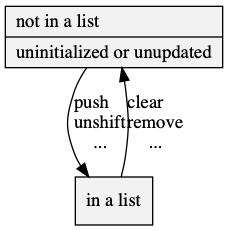
neil-edelman/boxes keeps this Graphviz diagram as web/node-states.png. Above is the earlier version. Its source is kept beside it as web/node-states.gv.
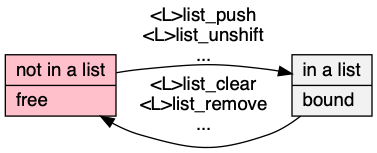
Above is the later version.

What changed in the source:
```diff
@@ -1,8 +1,9 @@
 digraph {
-	fontface=modern;
-	node [shape=record, style=filled, fillcolor="Gray95"];
-	not [label="{not in a list\l|uninitialized or unupdated\l}"];
-	in [ label = "in a list" ];
-	not -> in [ label = "push\lunshift\l..." ];
-	in -> not [ label = "clear\lremove\l..." ];
+	graph [rankdir=LR, truecolor=true, bgcolor=transparent, fontname="Bitstream Vera Sans"];
+	node [shape=record, style=filled, fillcolor="Grey95", fontname="Bitstream Vera Sans"];
+	edge [fontname="Bitstream Vera Sans"];
+	not [label="not in a list\l|free\l", fillcolor = pink];
+	in [ label = "in a list\l|bound\l" ];
+	not -> in [ label = "<L>list_push\n<L>list_unshift\n..." ];
+	in -> not [ label = "<L>list_clear\n<L>list_remove\n..." ];
 }
```
